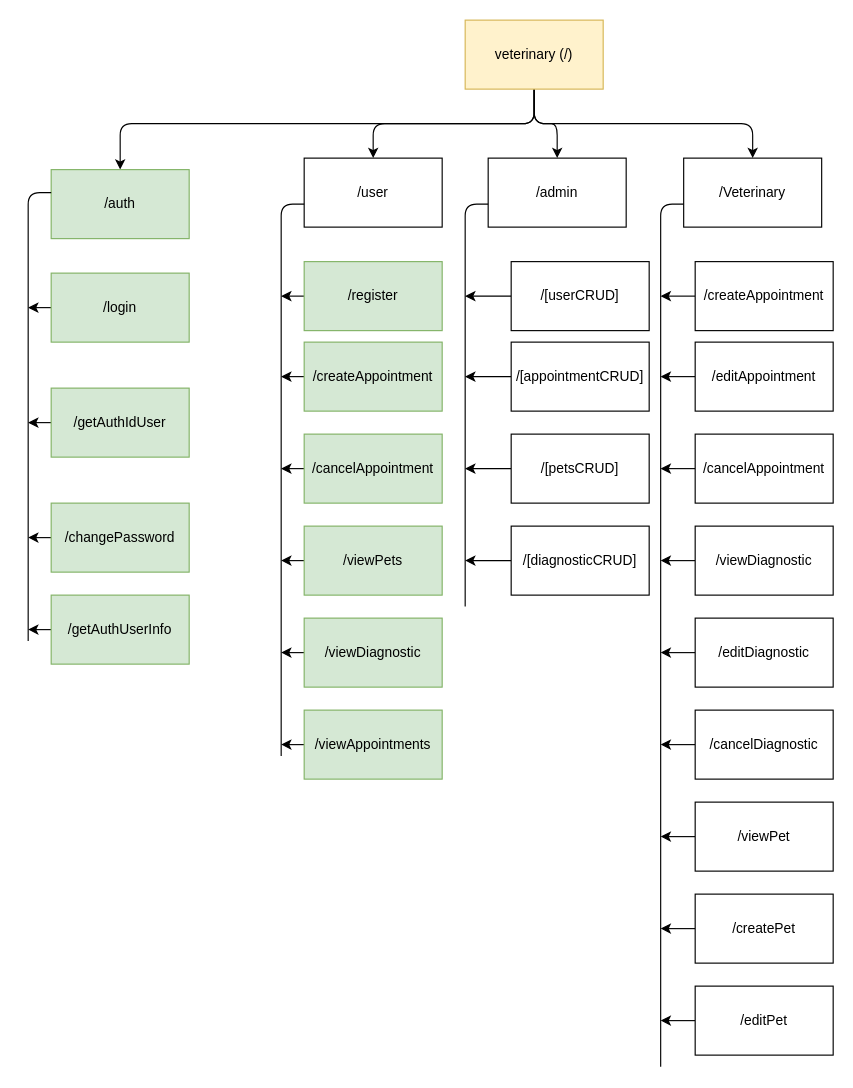
This is diagrams/NAV.drawio from fernandoach/API-VETERINARY, a draw.io file, before an edit. Source tidied: cells renumbered, new cells numbered last; positions are measured from the earlier drawing's top-left corner, leaving out a move shared by most shapes. Both pictures are drawn from the tidied source at 115%, with x=0, y=0 at pixel (28, 20).
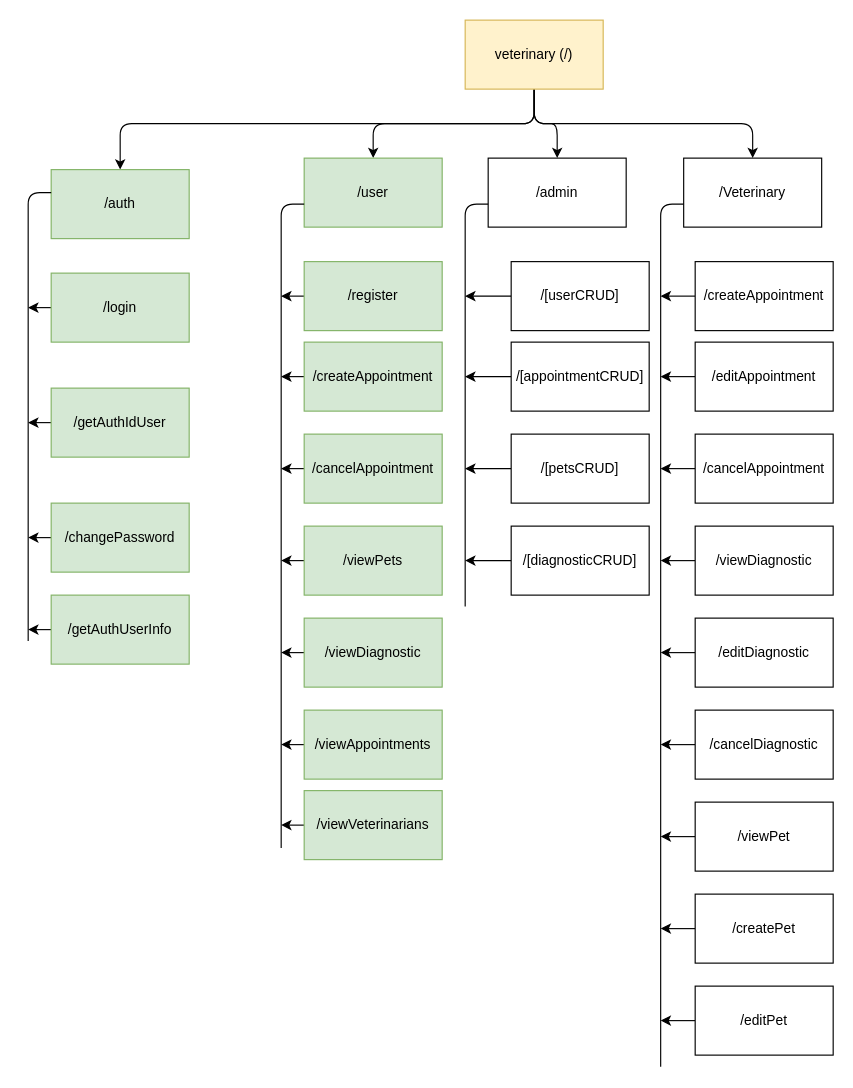
The same page after the edit.

Commit message (it also covers changes not shown here):
ADD: /user/viewVeterinarians (The user can consult information about the veterinarians who can care for their pet)

What changed in the source:
```diff
@@
-    <mxCell id="7" value="/user" style="rounded=0;whiteSpace=wrap;html=1;" parent="1" vertex="1">
+    <mxCell id="7" value="/user" style="rounded=0;whiteSpace=wrap;html=1;fillColor=#d5e8d4;strokeColor=#82b366;" parent="1" vertex="1">
       <mxGeometry x="240" y="120" width="120" height="60" as="geometry" />
     </mxCell>
@@
     <mxCell id="50" style="endArrow=none;html=1;" parent="1" edge="1">
       <mxGeometry relative="1" as="geometry">
-        <mxPoint x="220" y="640" as="sourcePoint" />
+        <mxPoint x="220" y="720" as="sourcePoint" />
         <mxPoint x="240" y="160" as="targetPoint" />
         <Array as="points">
           <mxPoint x="220" y="160" />
         </Array>
       </mxGeometry>
     </mxCell>
@@
+    <mxCell id="61" style="edgeStyle=none;html=1;" parent="1" edge="1" source="62">
+      <mxGeometry relative="1" as="geometry">
+        <mxPoint x="220" y="700" as="targetPoint" />
+      </mxGeometry>
+    </mxCell>
+    <mxCell id="62" value="/viewVeterinarians" style="rounded=0;whiteSpace=wrap;html=1;fillColor=#d5e8d4;strokeColor=#82b366;" parent="1" vertex="1">
+      <mxGeometry x="240" y="670" width="120" height="60" as="geometry" />
+    </mxCell>
```
